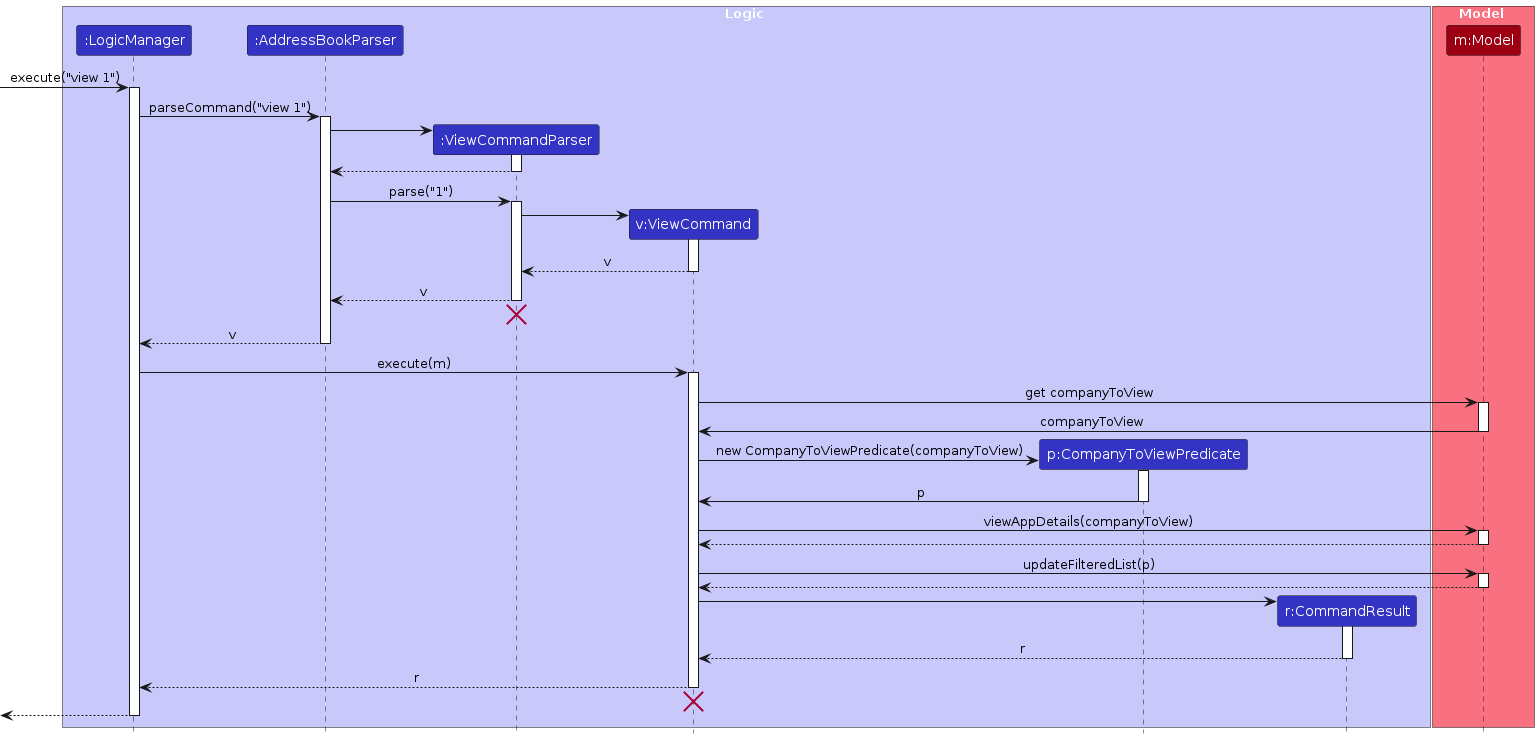
This is diagrams/ViewSequenceDiagram.png from AY2425S1-CS2103T-T09-1/tp, a PlantUML export, as it was before one commit. Its source is kept beside it as diagrams/ViewSequenceDiagram.puml.
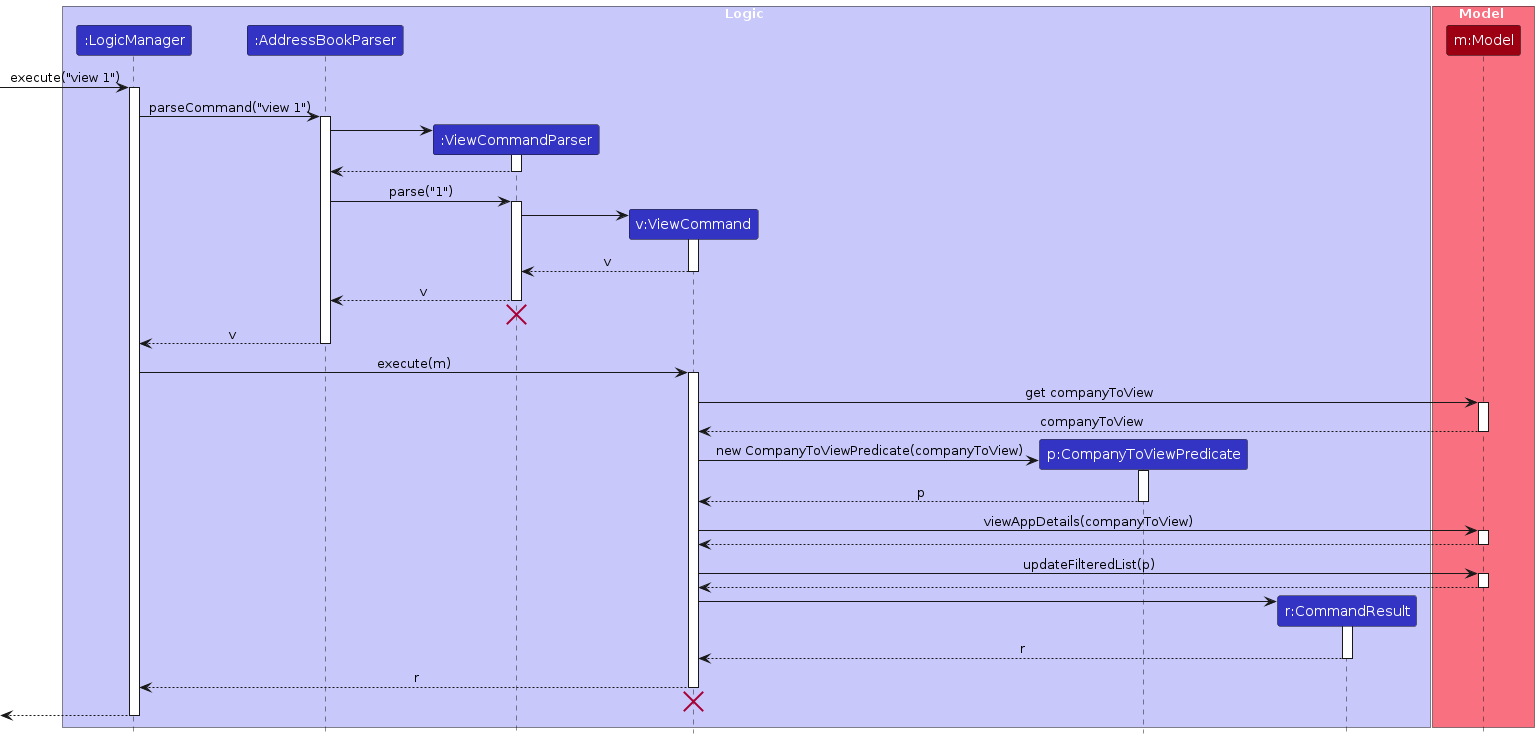
After the commit.

Diff of the diagram source:
```diff
@@ -53,14 +53,14 @@
 ViewCommand -> Model : get companyToView
 activate Model
 
-Model -> ViewCommand : companyToView
+Model --> ViewCommand : companyToView
 deactivate Model
 
 create CompanyToViewPredicate
 ViewCommand -> CompanyToViewPredicate : new CompanyToViewPredicate(companyToView)
 activate CompanyToViewPredicate
 
-CompanyToViewPredicate -> ViewCommand : p
+CompanyToViewPredicate --> ViewCommand : p
 deactivate CompanyToViewPredicate
 
 ViewCommand -> Model : viewAppDetails(companyToView)
```
